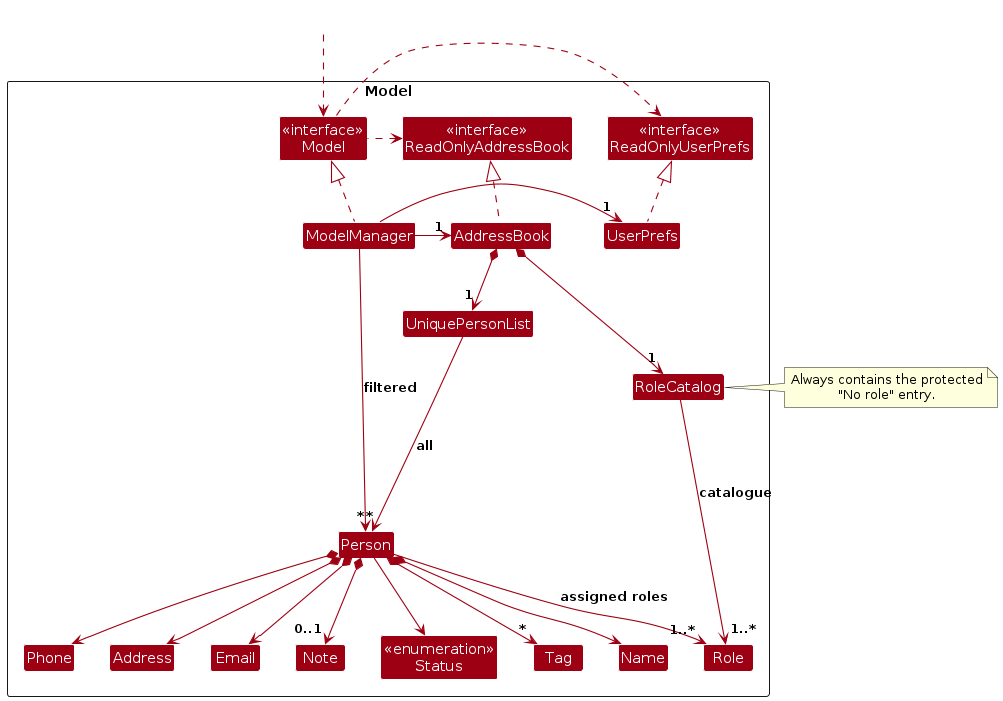
AY2627S1-CS2103-F10-1/tp keeps this PlantUML diagram as diagrams/ModelClassDiagram.png. Above is the earlier version. Its source is kept beside it as diagrams/ModelClassDiagram.puml.
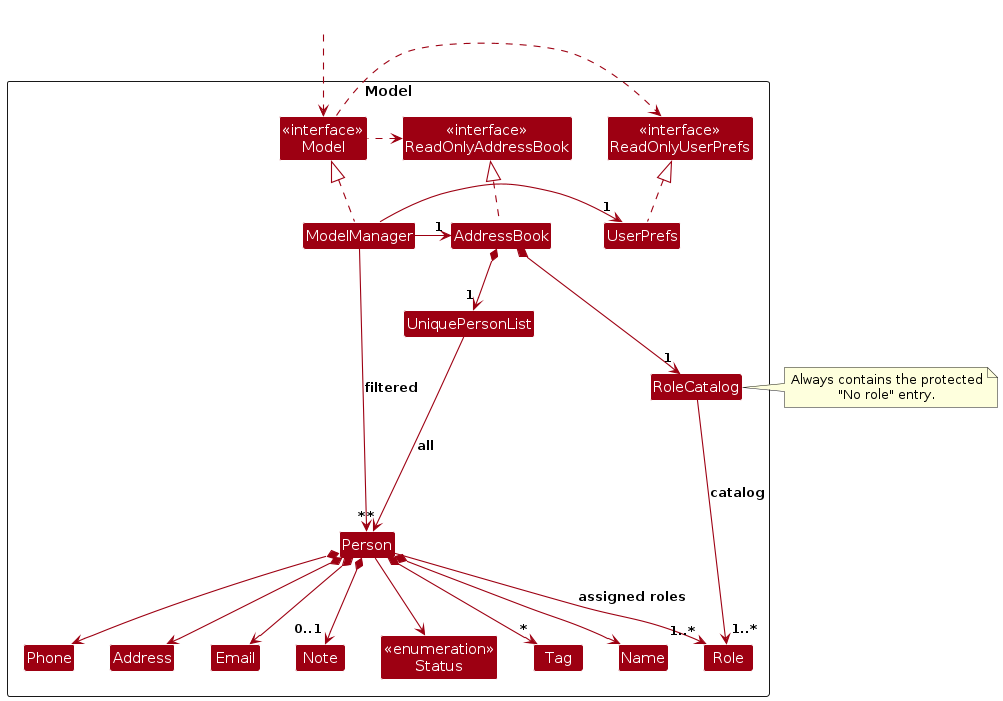
After the commit.

What changed in the source:
```diff
@@ -40,7 +40,7 @@
 UserPrefs .up.|> ReadOnlyUserPrefs
 
 AddressBook *--> "1" RoleCatalog
-RoleCatalog --> "1..*" Role : catalogue
+RoleCatalog --> "1..*" Role : catalog
 note right of RoleCatalog
   Always contains the protected
   "No role" entry.
```
